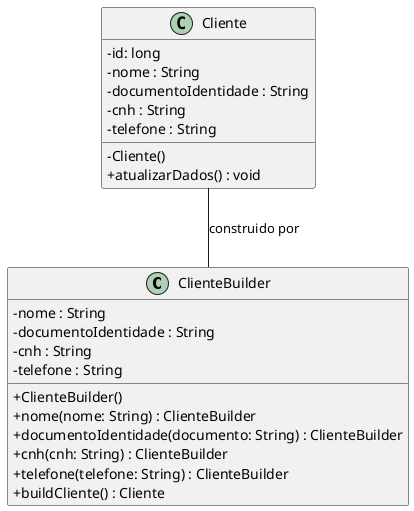
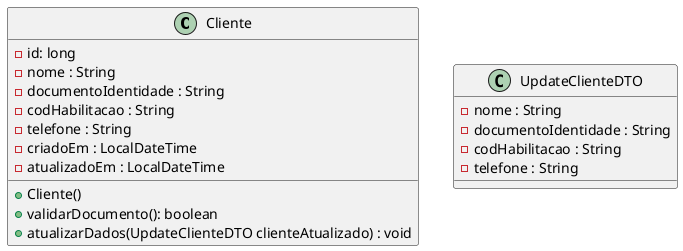
@startuml
- skinparam classAttributeIconSize 0
- 
- class ClienteBuilder {
-   - nome : String
-   - documentoIdentidade : String
-   - cnh : String
-   - telefone : String
-   + ClienteBuilder()
-   + nome(nome: String) : ClienteBuilder
-   + documentoIdentidade(documento: String) : ClienteBuilder
-   + cnh(cnh: String) : ClienteBuilder
-   + telefone(telefone: String) : ClienteBuilder
-   + buildCliente() : Cliente
- }

class Cliente {
  - id: long
  - nome : String
  - documentoIdentidade : String
-   - cnh : String
+   - codHabilitacao : String
  - telefone : String
-   - Cliente()
-   + atualizarDados() : void
+   - criadoEm : LocalDateTime
+   - atualizadoEm : LocalDateTime
+   + Cliente()
+   + validarDocumento(): boolean
+   + atualizarDados(UpdateClienteDTO clienteAtualizado) : void
}

- Cliente -- ClienteBuilder : construido por
+ class UpdateClienteDTO {
+   - nome : String
+   - documentoIdentidade : String
+   - codHabilitacao : String
+   - telefone : String
+ }
+ @enduml